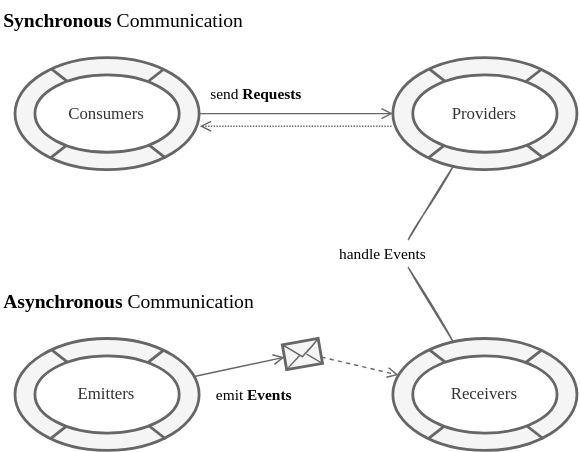
This is guides/messaging/assets/sync-async.drawio.svg from cap-js/docs, a draw.io export, as it was before one commit. Source tidied: cells renumbered, new cells last; positions are measured from the earlier drawing's top-left corner, leaving out a move shared by most shapes.
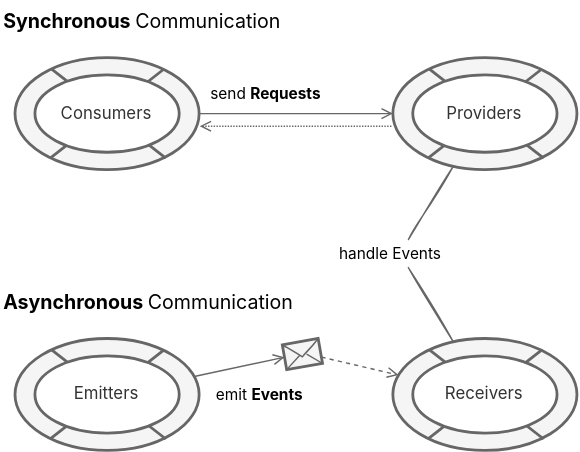
The same file after the commit.

Change to the diagram source:
```diff
@@ -2,114 +2,114 @@
   <root>
     <mxCell id="0" />
     <mxCell id="1" parent="0" />
-    <mxCell id="2" style="group;fontFamily=Avenir Next Medium;" parent="1" vertex="1">
+    <mxCell id="2" style="group;fontFamily='Avenir Next', 'Inter var', 'Inter', Helvetica, Arial, sans-serif;" parent="1" vertex="1">
       <mxGeometry x="10" y="40.7" width="131.6" height="80" as="geometry" />
     </mxCell>
-    <mxCell id="3" style="ellipse;whiteSpace=wrap;html=1;strokeWidth=2;fillColor=#f5f5f5;strokeColor=#666666;fontColor=#333333;gradientDirection=south;fontFamily=Avenir Next Medium;" parent="2" vertex="1">
+    <mxCell id="3" style="ellipse;whiteSpace=wrap;html=1;strokeWidth=2;fillColor=#f5f5f5;strokeColor=#666666;fontColor=#333333;gradientDirection=south;fontFamily='Avenir Next', 'Inter var', 'Inter', Helvetica, Arial, sans-serif;" parent="2" vertex="1">
       <mxGeometry width="131.6" height="80" as="geometry" />
     </mxCell>
-    <mxCell id="4" style="rounded=0;orthogonalLoop=1;jettySize=auto;html=1;endArrow=none;endFill=0;strokeWidth=2;entryX=0.806;entryY=0.106;entryDx=0;entryDy=0;exitX=0.193;exitY=0.895;exitDx=0;exitDy=0;fillColor=#f5f5f5;strokeColor=#666666;entryPerimeter=0;exitPerimeter=0;fontFamily=Avenir Next Medium;" parent="2" edge="1" source="3" target="3">
+    <mxCell id="4" style="rounded=0;orthogonalLoop=1;jettySize=auto;html=1;endArrow=none;endFill=0;strokeWidth=2;entryX=0.806;entryY=0.106;entryDx=0;entryDy=0;exitX=0.193;exitY=0.895;exitDx=0;exitDy=0;fillColor=#f5f5f5;strokeColor=#666666;entryPerimeter=0;exitPerimeter=0;fontFamily='Avenir Next', 'Inter var', 'Inter', Helvetica, Arial, sans-serif;" parent="2" edge="1" source="3" target="3">
       <mxGeometry y="0.6" as="geometry" />
     </mxCell>
-    <mxCell id="5" style="rounded=0;orthogonalLoop=1;jettySize=auto;html=1;endArrow=none;endFill=0;strokeWidth=2;entryX=0.819;entryY=0.898;entryDx=0;entryDy=0;exitX=0.199;exitY=0.102;exitDx=0;exitDy=0;fillColor=#f5f5f5;strokeColor=#666666;exitPerimeter=0;entryPerimeter=0;fontFamily=Avenir Next Medium;" parent="2" edge="1" source="3" target="3">
+    <mxCell id="5" style="rounded=0;orthogonalLoop=1;jettySize=auto;html=1;endArrow=none;endFill=0;strokeWidth=2;entryX=0.819;entryY=0.898;entryDx=0;entryDy=0;exitX=0.199;exitY=0.102;exitDx=0;exitDy=0;fillColor=#f5f5f5;strokeColor=#666666;exitPerimeter=0;entryPerimeter=0;fontFamily='Avenir Next', 'Inter var', 'Inter', Helvetica, Arial, sans-serif;" parent="2" edge="1" source="3" target="3">
       <mxGeometry x="-69.9" y="-758.5" as="geometry" />
     </mxCell>
-    <mxCell id="6" value="Consumers" style="ellipse;whiteSpace=wrap;html=1;strokeWidth=2;fontFamily=Avenir Next Medium;fillColor=#FFFFFF;strokeColor=#666666;fontColor=#333333;" parent="2" vertex="1">
+    <mxCell id="6" value="Consumers" style="ellipse;whiteSpace=wrap;html=1;strokeWidth=2;fontFamily='Avenir Next', 'Inter var', 'Inter', Helvetica, Arial, sans-serif;fillColor=#FFFFFF;strokeColor=#666666;fontColor=#333333;" parent="2" vertex="1">
       <mxGeometry x="14.2" y="12.4" width="103.1" height="55.2" as="geometry" />
     </mxCell>
-    <mxCell id="7" style="group;fontFamily=Avenir Next Medium;" parent="1" vertex="1">
+    <mxCell id="7" style="group;fontFamily='Avenir Next', 'Inter var', 'Inter', Helvetica, Arial, sans-serif;" parent="1" vertex="1">
       <mxGeometry x="280" y="40.7" width="131.6" height="80" as="geometry" />
     </mxCell>
-    <mxCell id="8" style="ellipse;whiteSpace=wrap;html=1;strokeWidth=2;fillColor=#f5f5f5;strokeColor=#666666;fontColor=#333333;gradientDirection=south;fontFamily=Avenir Next Medium;" parent="7" vertex="1">
+    <mxCell id="8" style="ellipse;whiteSpace=wrap;html=1;strokeWidth=2;fillColor=#f5f5f5;strokeColor=#666666;fontColor=#333333;gradientDirection=south;fontFamily='Avenir Next', 'Inter var', 'Inter', Helvetica, Arial, sans-serif;" parent="7" vertex="1">
       <mxGeometry width="131.6" height="80" as="geometry" />
     </mxCell>
-    <mxCell id="9" style="rounded=0;orthogonalLoop=1;jettySize=auto;html=1;endArrow=none;endFill=0;strokeWidth=2;entryX=0.806;entryY=0.106;entryDx=0;entryDy=0;exitX=0.193;exitY=0.895;exitDx=0;exitDy=0;fillColor=#f5f5f5;strokeColor=#666666;entryPerimeter=0;exitPerimeter=0;fontFamily=Avenir Next Medium;" parent="7" edge="1" source="8" target="8">
+    <mxCell id="9" style="rounded=0;orthogonalLoop=1;jettySize=auto;html=1;endArrow=none;endFill=0;strokeWidth=2;entryX=0.806;entryY=0.106;entryDx=0;entryDy=0;exitX=0.193;exitY=0.895;exitDx=0;exitDy=0;fillColor=#f5f5f5;strokeColor=#666666;entryPerimeter=0;exitPerimeter=0;fontFamily='Avenir Next', 'Inter var', 'Inter', Helvetica, Arial, sans-serif;" parent="7" edge="1" source="8" target="8">
       <mxGeometry y="0.6" as="geometry" />
     </mxCell>
-    <mxCell id="10" style="rounded=0;orthogonalLoop=1;jettySize=auto;html=1;endArrow=none;endFill=0;strokeWidth=2;entryX=0.819;entryY=0.898;entryDx=0;entryDy=0;exitX=0.199;exitY=0.102;exitDx=0;exitDy=0;fillColor=#f5f5f5;strokeColor=#666666;exitPerimeter=0;entryPerimeter=0;fontFamily=Avenir Next Medium;" parent="7" edge="1" source="8" target="8">
+    <mxCell id="10" style="rounded=0;orthogonalLoop=1;jettySize=auto;html=1;endArrow=none;endFill=0;strokeWidth=2;entryX=0.819;entryY=0.898;entryDx=0;entryDy=0;exitX=0.199;exitY=0.102;exitDx=0;exitDy=0;fillColor=#f5f5f5;strokeColor=#666666;exitPerimeter=0;entryPerimeter=0;fontFamily='Avenir Next', 'Inter var', 'Inter', Helvetica, Arial, sans-serif;" parent="7" edge="1" source="8" target="8">
       <mxGeometry x="-69.9" y="-758.5" as="geometry" />
     </mxCell>
-    <mxCell id="11" value="Providers" style="ellipse;whiteSpace=wrap;html=1;strokeWidth=2;fontFamily=Avenir Next Medium;fillColor=#FFFFFF;strokeColor=#666666;fontColor=#333333;" parent="7" vertex="1">
+    <mxCell id="11" value="Providers" style="ellipse;whiteSpace=wrap;html=1;strokeWidth=2;fontFamily='Avenir Next', 'Inter var', 'Inter', Helvetica, Arial, sans-serif;fillColor=#FFFFFF;strokeColor=#666666;fontColor=#333333;" parent="7" vertex="1">
       <mxGeometry x="14.2" y="12.4" width="103.1" height="55.2" as="geometry" />
     </mxCell>
-    <mxCell id="12" style="group;fontFamily=Avenir Next Medium;" parent="1" vertex="1">
+    <mxCell id="12" style="group;fontFamily='Avenir Next', 'Inter var', 'Inter', Helvetica, Arial, sans-serif;" parent="1" vertex="1">
       <mxGeometry x="10" y="241.4" width="131.6" height="80" as="geometry" />
     </mxCell>
-    <mxCell id="13" style="ellipse;whiteSpace=wrap;html=1;strokeWidth=2;fillColor=#f5f5f5;strokeColor=#666666;fontColor=#333333;gradientDirection=south;fontFamily=Avenir Next Medium;" parent="12" vertex="1">
+    <mxCell id="13" style="ellipse;whiteSpace=wrap;html=1;strokeWidth=2;fillColor=#f5f5f5;strokeColor=#666666;fontColor=#333333;gradientDirection=south;fontFamily='Avenir Next', 'Inter var', 'Inter', Helvetica, Arial, sans-serif;" parent="12" vertex="1">
       <mxGeometry width="131.6" height="80" as="geometry" />
     </mxCell>
-    <mxCell id="14" style="rounded=0;orthogonalLoop=1;jettySize=auto;html=1;endArrow=none;endFill=0;strokeWidth=2;entryX=0.806;entryY=0.106;entryDx=0;entryDy=0;exitX=0.193;exitY=0.895;exitDx=0;exitDy=0;fillColor=#f5f5f5;strokeColor=#666666;entryPerimeter=0;exitPerimeter=0;fontFamily=Avenir Next Medium;" parent="12" edge="1" source="13" target="13">
+    <mxCell id="14" style="rounded=0;orthogonalLoop=1;jettySize=auto;html=1;endArrow=none;endFill=0;strokeWidth=2;entryX=0.806;entryY=0.106;entryDx=0;entryDy=0;exitX=0.193;exitY=0.895;exitDx=0;exitDy=0;fillColor=#f5f5f5;strokeColor=#666666;entryPerimeter=0;exitPerimeter=0;fontFamily='Avenir Next', 'Inter var', 'Inter', Helvetica, Arial, sans-serif;" parent="12" edge="1" source="13" target="13">
       <mxGeometry y="0.6" as="geometry" />
     </mxCell>
-    <mxCell id="15" style="rounded=0;orthogonalLoop=1;jettySize=auto;html=1;endArrow=none;endFill=0;strokeWidth=2;entryX=0.819;entryY=0.898;entryDx=0;entryDy=0;exitX=0.199;exitY=0.102;exitDx=0;exitDy=0;fillColor=#f5f5f5;strokeColor=#666666;exitPerimeter=0;entryPerimeter=0;fontFamily=Avenir Next Medium;" parent="12" edge="1" source="13" target="13">
+    <mxCell id="15" style="rounded=0;orthogonalLoop=1;jettySize=auto;html=1;endArrow=none;endFill=0;strokeWidth=2;entryX=0.819;entryY=0.898;entryDx=0;entryDy=0;exitX=0.199;exitY=0.102;exitDx=0;exitDy=0;fillColor=#f5f5f5;strokeColor=#666666;exitPerimeter=0;entryPerimeter=0;fontFamily='Avenir Next', 'Inter var', 'Inter', Helvetica, Arial, sans-serif;" parent="12" edge="1" source="13" target="13">
       <mxGeometry x="-69.9" y="-758.5" as="geometry" />
     </mxCell>
-    <mxCell id="16" value="Emitters" style="ellipse;whiteSpace=wrap;html=1;strokeWidth=2;fontFamily=Avenir Next Medium;fillColor=#FFFFFF;strokeColor=#666666;fontColor=#333333;" parent="12" vertex="1">
+    <mxCell id="16" value="Emitters" style="ellipse;whiteSpace=wrap;html=1;strokeWidth=2;fontFamily='Avenir Next', 'Inter var', 'Inter', Helvetica, Arial, sans-serif;fillColor=#FFFFFF;strokeColor=#666666;fontColor=#333333;" parent="12" vertex="1">
       <mxGeometry x="14.2" y="12.4" width="103.1" height="55.2" as="geometry" />
     </mxCell>
-    <mxCell id="17" style="group;fontFamily=Avenir Next Medium;" parent="1" vertex="1">
+    <mxCell id="17" style="group;fontFamily='Avenir Next', 'Inter var', 'Inter', Helvetica, Arial, sans-serif;" parent="1" vertex="1">
       <mxGeometry x="280" y="241.4" width="131.6" height="80" as="geometry" />
     </mxCell>
-    <mxCell id="18" style="ellipse;whiteSpace=wrap;html=1;strokeWidth=2;fillColor=#f5f5f5;strokeColor=#666666;fontColor=#333333;gradientDirection=south;fontFamily=Avenir Next Medium;" parent="17" vertex="1">
+    <mxCell id="18" style="ellipse;whiteSpace=wrap;html=1;strokeWidth=2;fillColor=#f5f5f5;strokeColor=#666666;fontColor=#333333;gradientDirection=south;fontFamily='Avenir Next', 'Inter var', 'Inter', Helvetica, Arial, sans-serif;" parent="17" vertex="1">
       <mxGeometry width="131.6" height="80" as="geometry" />
     </mxCell>
-    <mxCell id="19" style="rounded=0;orthogonalLoop=1;jettySize=auto;html=1;endArrow=none;endFill=0;strokeWidth=2;entryX=0.806;entryY=0.106;entryDx=0;entryDy=0;exitX=0.193;exitY=0.895;exitDx=0;exitDy=0;fillColor=#f5f5f5;strokeColor=#666666;entryPerimeter=0;exitPerimeter=0;fontFamily=Avenir Next Medium;" parent="17" edge="1" source="18" target="18">
+    <mxCell id="19" style="rounded=0;orthogonalLoop=1;jettySize=auto;html=1;endArrow=none;endFill=0;strokeWidth=2;entryX=0.806;entryY=0.106;entryDx=0;entryDy=0;exitX=0.193;exitY=0.895;exitDx=0;exitDy=0;fillColor=#f5f5f5;strokeColor=#666666;entryPerimeter=0;exitPerimeter=0;fontFamily='Avenir Next', 'Inter var', 'Inter', Helvetica, Arial, sans-serif;" parent="17" edge="1" source="18" target="18">
       <mxGeometry y="0.6" as="geometry" />
     </mxCell>
-    <mxCell id="20" style="rounded=0;orthogonalLoop=1;jettySize=auto;html=1;endArrow=none;endFill=0;strokeWidth=2;entryX=0.819;entryY=0.898;entryDx=0;entryDy=0;exitX=0.199;exitY=0.102;exitDx=0;exitDy=0;fillColor=#f5f5f5;strokeColor=#666666;exitPerimeter=0;entryPerimeter=0;fontFamily=Avenir Next Medium;" parent="17" edge="1" source="18" target="18">
+    <mxCell id="20" style="rounded=0;orthogonalLoop=1;jettySize=auto;html=1;endArrow=none;endFill=0;strokeWidth=2;entryX=0.819;entryY=0.898;entryDx=0;entryDy=0;exitX=0.199;exitY=0.102;exitDx=0;exitDy=0;fillColor=#f5f5f5;strokeColor=#666666;exitPerimeter=0;entryPerimeter=0;fontFamily='Avenir Next', 'Inter var', 'Inter', Helvetica, Arial, sans-serif;" parent="17" edge="1" source="18" target="18">
       <mxGeometry x="-69.9" y="-758.5" as="geometry" />
     </mxCell>
-    <mxCell id="21" value="Receivers" style="ellipse;whiteSpace=wrap;html=1;strokeWidth=2;fontFamily=Avenir Next Medium;fillColor=#FFFFFF;strokeColor=#666666;fontColor=#333333;" parent="17" vertex="1">
+    <mxCell id="21" value="Receivers" style="ellipse;whiteSpace=wrap;html=1;strokeWidth=2;fontFamily='Avenir Next', 'Inter var', 'Inter', Helvetica, Arial, sans-serif;fillColor=#FFFFFF;strokeColor=#666666;fontColor=#333333;" parent="17" vertex="1">
       <mxGeometry x="14.2" y="12.4" width="103.1" height="55.2" as="geometry" />
     </mxCell>
-    <mxCell id="22" value="&lt;font&gt;send&lt;/font&gt;&amp;nbsp;&lt;b&gt;&lt;font&gt;Requests&lt;/font&gt;&lt;/b&gt;" style="edgeStyle=none;rounded=0;jumpStyle=none;jettySize=auto;html=1;fontFamily=Avenir Next Medium;endArrow=open;endFill=0;targetPerimeterSpacing=0;strokeColor=#666666;strokeWidth=1;fillColor=#f5f5f5;endSize=6;align=left;" parent="1" edge="1" source="3" target="8">
+    <mxCell id="22" value="&lt;font&gt;send&lt;/font&gt;&amp;nbsp;&lt;b&gt;&lt;font&gt;Requests&lt;/font&gt;&lt;/b&gt;" style="edgeStyle=none;rounded=0;jumpStyle=none;jettySize=auto;html=1;fontFamily='Avenir Next', 'Inter var', 'Inter', Helvetica, Arial, sans-serif;endArrow=open;endFill=0;targetPerimeterSpacing=0;strokeColor=#666666;strokeWidth=1;fillColor=#f5f5f5;endSize=6;align=left;" parent="1" edge="1" source="3" target="8">
       <mxGeometry x="-0.91" y="14" relative="1" as="geometry" />
     </mxCell>
-    <mxCell id="23" value="emit&amp;nbsp;&lt;b&gt;Events&lt;/b&gt;" style="edgeStyle=none;rounded=0;jumpStyle=none;jettySize=auto;html=1;fontFamily=Avenir Next Medium;endArrow=open;endFill=0;targetPerimeterSpacing=0;strokeColor=#666666;strokeWidth=1;fillColor=#f5f5f5;endSize=6;align=left;entryX=0;entryY=0.5;entryDx=0;entryDy=0;" parent="1" edge="1" source="13" target="25">
+    <mxCell id="23" value="emit&amp;nbsp;&lt;b&gt;Events&lt;/b&gt;" style="edgeStyle=none;rounded=0;jumpStyle=none;jettySize=auto;html=1;fontFamily='Avenir Next', 'Inter var', 'Inter', Helvetica, Arial, sans-serif;endArrow=open;endFill=0;targetPerimeterSpacing=0;strokeColor=#666666;strokeWidth=1;fillColor=#f5f5f5;endSize=6;align=left;entryX=0;entryY=0.5;entryDx=0;entryDy=0;" parent="1" edge="1" source="13" target="25">
       <mxGeometry x="-0.67" y="-16" relative="1" as="geometry" />
     </mxCell>
-    <mxCell id="24" style="group;fontFamily=Avenir Next Medium;" parent="1" vertex="1">
+    <mxCell id="24" style="group;fontFamily='Avenir Next', 'Inter var', 'Inter', Helvetica, Arial, sans-serif;" parent="1" vertex="1">
       <mxGeometry x="201" y="241.4" width="28.7" height="22.2" as="geometry" />
     </mxCell>
-    <mxCell id="25" style="rounded=0;whiteSpace=wrap;html=1;sketch=0;fontFamily=Avenir Next Medium;strokeColor=#666666;strokeWidth=2;fillColor=#f5f5f5;rotation=-10;fontColor=#333333;" parent="24" vertex="1">
+    <mxCell id="25" style="rounded=0;whiteSpace=wrap;html=1;sketch=0;fontFamily='Avenir Next', 'Inter var', 'Inter', Helvetica, Arial, sans-serif;strokeColor=#666666;strokeWidth=2;fillColor=#f5f5f5;rotation=-10;fontColor=#333333;" parent="24" vertex="1">
       <mxGeometry x="1.4" y="2.1" width="26" height="18" as="geometry" />
     </mxCell>
-    <mxCell id="26" style="edgeStyle=none;rounded=0;jumpStyle=none;orthogonalLoop=1;jettySize=auto;html=1;fontFamily=Avenir Next Medium;endArrow=none;endFill=0;targetPerimeterSpacing=0;strokeColor=#666666;strokeWidth=1;align=left;fillColor=#f5f5f5;exitX=0;exitY=0;exitDx=0;exitDy=0;entryX=1;entryY=0;entryDx=0;entryDy=0;sketch=1;" parent="24" edge="1" source="25" target="25">
+    <mxCell id="26" style="edgeStyle=none;rounded=0;jumpStyle=none;orthogonalLoop=1;jettySize=auto;html=1;fontFamily='Avenir Next', 'Inter var', 'Inter', Helvetica, Arial, sans-serif;endArrow=none;endFill=0;targetPerimeterSpacing=0;strokeColor=#666666;strokeWidth=1;align=left;fillColor=#f5f5f5;exitX=0;exitY=0;exitDx=0;exitDy=0;entryX=1;entryY=0;entryDx=0;entryDy=0;sketch=1;" parent="24" edge="1" source="25" target="25">
       <mxGeometry x="1.4" y="3.1" as="geometry">
         <Array as="points">
           <mxPoint x="14.4" y="13.1" />
         </Array>
       </mxGeometry>
     </mxCell>
-    <mxCell id="27" style="rounded=0;jumpStyle=none;jettySize=auto;html=1;fontFamily=Avenir Next Medium;endArrow=none;endFill=0;targetPerimeterSpacing=0;strokeColor=#666666;strokeWidth=1;align=left;fillColor=#f5f5f5;exitX=0;exitY=1;exitDx=0;exitDy=0;" parent="24" edge="1" source="25">
+    <mxCell id="27" style="rounded=0;jumpStyle=none;jettySize=auto;html=1;fontFamily='Avenir Next', 'Inter var', 'Inter', Helvetica, Arial, sans-serif;endArrow=none;endFill=0;targetPerimeterSpacing=0;strokeColor=#666666;strokeWidth=1;align=left;fillColor=#f5f5f5;exitX=0;exitY=1;exitDx=0;exitDy=0;" parent="24" edge="1" source="25">
       <mxGeometry x="1.4" y="3.1" as="geometry">
         <mxPoint x="12.4" y="12.1" as="targetPoint" />
       </mxGeometry>
     </mxCell>
-    <mxCell id="28" style="rounded=0;jumpStyle=none;jettySize=auto;html=1;fontFamily=Avenir Next Medium;endArrow=none;endFill=0;strokeColor=#666666;strokeWidth=1;align=left;fillColor=#f5f5f5;sourcePerimeterSpacing=0;entryX=0.992;entryY=0.997;entryDx=0;entryDy=0;entryPerimeter=0;" parent="24" edge="1" target="25">
+    <mxCell id="28" style="rounded=0;jumpStyle=none;jettySize=auto;html=1;fontFamily='Avenir Next', 'Inter var', 'Inter', Helvetica, Arial, sans-serif;endArrow=none;endFill=0;strokeColor=#666666;strokeWidth=1;align=left;fillColor=#f5f5f5;sourcePerimeterSpacing=0;entryX=0.992;entryY=0.997;entryDx=0;entryDy=0;entryPerimeter=0;" parent="24" edge="1" target="25">
       <mxGeometry x="1.4" y="3.1" as="geometry">
         <mxPoint x="17.4" y="11.1" as="sourcePoint" />
       </mxGeometry>
     </mxCell>
-    <mxCell id="29" style="edgeStyle=none;rounded=0;sketch=1;jumpStyle=none;jettySize=auto;html=1;fontFamily=Avenir Next Medium;fontSize=14;endArrow=none;endFill=0;targetPerimeterSpacing=0;strokeColor=#666666;strokeWidth=1;align=left;fillColor=#f5f5f5;" parent="1" edge="1" source="30" target="8">
+    <mxCell id="29" style="edgeStyle=none;rounded=0;sketch=1;jumpStyle=none;jettySize=auto;html=1;fontFamily='Avenir Next', 'Inter var', 'Inter', Helvetica, Arial, sans-serif;fontSize=14;endArrow=none;endFill=0;targetPerimeterSpacing=0;strokeColor=#666666;strokeWidth=1;align=left;fillColor=#f5f5f5;" parent="1" edge="1" source="30" target="8">
       <mxGeometry relative="1" as="geometry" />
     </mxCell>
-    <mxCell id="30" value="&lt;span style=&quot;color: rgb(0, 0, 0); font-size: 11px; font-style: normal; font-weight: 400; letter-spacing: normal; text-align: left; text-indent: 0px; text-transform: none; word-spacing: 0px; background-color: rgb(255, 255, 255); display: inline; float: none;&quot;&gt;handle&lt;span&gt;&amp;nbsp;&lt;/span&gt;&lt;/span&gt;&lt;span style=&quot;color: rgb(0, 0, 0); font-size: 11px; letter-spacing: normal; text-align: left; text-indent: 0px; text-transform: none; word-spacing: 0px;&quot;&gt;Events&lt;/span&gt;" style="text;whiteSpace=wrap;html=1;fontFamily=Avenir Next Medium;verticalAlign=middle;" parent="1" vertex="1">
+    <mxCell id="30" value="&lt;span style=&quot;color: rgb(0, 0, 0); font-size: 11px; font-style: normal; font-weight: 400; letter-spacing: normal; text-align: left; text-indent: 0px; text-transform: none; word-spacing: 0px; background-color: rgb(255, 255, 255); display: inline; float: none;&quot;&gt;handle&lt;span&gt;&amp;nbsp;&lt;/span&gt;&lt;/span&gt;&lt;span style=&quot;color: rgb(0, 0, 0); font-size: 11px; letter-spacing: normal; text-align: left; text-indent: 0px; text-transform: none; word-spacing: 0px;&quot;&gt;Events&lt;/span&gt;" style="text;whiteSpace=wrap;html=1;fontFamily='Avenir Next', 'Inter var', 'Inter', Helvetica, Arial, sans-serif;verticalAlign=middle;" parent="1" vertex="1">
       <mxGeometry x="240" y="170.7" width="90" height="20" as="geometry" />
     </mxCell>
-    <mxCell id="31" value="&lt;font style=&quot;font-size: 14px&quot;&gt;&lt;span style=&quot;font-size: 14px ; background-color: rgb(255 , 255 , 255)&quot;&gt;&lt;b&gt;Synchronous&lt;/b&gt; Communication&lt;/span&gt;&lt;/font&gt;" style="text;whiteSpace=wrap;html=1;fontFamily=Avenir Next Medium;fontSize=14;" parent="1" vertex="1">
+    <mxCell id="31" value="&lt;font style=&quot;font-size: 14px&quot;&gt;&lt;span style=&quot;font-size: 14px ; background-color: rgb(255 , 255 , 255)&quot;&gt;&lt;b&gt;Synchronous&lt;/b&gt; Communication&lt;/span&gt;&lt;/font&gt;" style="text;whiteSpace=wrap;html=1;fontFamily='Avenir Next', 'Inter var', 'Inter', Helvetica, Arial, sans-serif;fontSize=14;" parent="1" vertex="1">
       <mxGeometry width="290" height="30" as="geometry" />
     </mxCell>
-    <mxCell id="32" value="&lt;font style=&quot;font-size: 14px&quot;&gt;&lt;span style=&quot;font-size: 14px ; background-color: rgb(255 , 255 , 255)&quot;&gt;&lt;b&gt;Asynchronous&lt;/b&gt; Communication&lt;/span&gt;&lt;/font&gt;" style="text;whiteSpace=wrap;html=1;fontFamily=Avenir Next Medium;fontSize=14;" parent="1" vertex="1">
+    <mxCell id="32" value="&lt;font style=&quot;font-size: 14px&quot;&gt;&lt;span style=&quot;font-size: 14px ; background-color: rgb(255 , 255 , 255)&quot;&gt;&lt;b&gt;Asynchronous&lt;/b&gt; Communication&lt;/span&gt;&lt;/font&gt;" style="text;whiteSpace=wrap;html=1;fontFamily='Avenir Next', 'Inter var', 'Inter', Helvetica, Arial, sans-serif;fontSize=14;" parent="1" vertex="1">
       <mxGeometry y="200.7" width="290" height="30" as="geometry" />
     </mxCell>
-    <mxCell id="33" style="edgeStyle=none;rounded=0;sketch=1;jumpStyle=none;jettySize=auto;html=1;fontFamily=Avenir Next Medium;fontSize=14;endArrow=none;endFill=0;targetPerimeterSpacing=0;strokeColor=#666666;strokeWidth=1;align=left;fillColor=#f5f5f5;" parent="1" edge="1" source="30" target="18">
+    <mxCell id="33" style="edgeStyle=none;rounded=0;sketch=1;jumpStyle=none;jettySize=auto;html=1;fontFamily='Avenir Next', 'Inter var', 'Inter', Helvetica, Arial, sans-serif;fontSize=14;endArrow=none;endFill=0;targetPerimeterSpacing=0;strokeColor=#666666;strokeWidth=1;align=left;fillColor=#f5f5f5;" parent="1" edge="1" source="30" target="18">
       <mxGeometry relative="1" as="geometry" />
     </mxCell>
-    <mxCell id="34" style="edgeStyle=none;rounded=0;jumpStyle=none;jettySize=auto;html=1;fontFamily=Avenir Next Medium;endArrow=open;endFill=0;targetPerimeterSpacing=0;strokeColor=#666666;strokeWidth=1;fillColor=#f5f5f5;endSize=6;align=left;exitX=1;exitY=0.75;exitDx=0;exitDy=0;dashed=1;" parent="1" edge="1" source="25" target="18">
+    <mxCell id="34" style="edgeStyle=none;rounded=0;jumpStyle=none;jettySize=auto;html=1;fontFamily='Avenir Next', 'Inter var', 'Inter', Helvetica, Arial, sans-serif;endArrow=open;endFill=0;targetPerimeterSpacing=0;strokeColor=#666666;strokeWidth=1;fillColor=#f5f5f5;endSize=6;align=left;exitX=1;exitY=0.75;exitDx=0;exitDy=0;dashed=1;" parent="1" edge="1" source="25" target="18">
       <mxGeometry x="-0.88" y="-11" relative="1" as="geometry" />
     </mxCell>
-    <mxCell id="35" style="edgeStyle=none;rounded=0;jumpStyle=none;jettySize=auto;html=1;fontFamily=Avenir Next Medium;endArrow=open;endFill=0;targetPerimeterSpacing=0;strokeColor=#666666;strokeWidth=1;fillColor=#f5f5f5;endSize=6;align=left;exitX=-0.008;exitY=0.613;exitDx=0;exitDy=0;dashed=1;exitPerimeter=0;dashPattern=1 1;" parent="1" edge="1" source="8">
+    <mxCell id="35" style="edgeStyle=none;rounded=0;jumpStyle=none;jettySize=auto;html=1;fontFamily='Avenir Next', 'Inter var', 'Inter', Helvetica, Arial, sans-serif;endArrow=open;endFill=0;targetPerimeterSpacing=0;strokeColor=#666666;strokeWidth=1;fillColor=#f5f5f5;endSize=6;align=left;exitX=-0.008;exitY=0.613;exitDx=0;exitDy=0;dashed=1;exitPerimeter=0;dashPattern=1 1;" parent="1" edge="1" source="8">
       <mxGeometry x="-0.88" y="-11" relative="1" as="geometry">
         <mxPoint x="142" y="89.7" as="targetPoint" />
       </mxGeometry>
```
